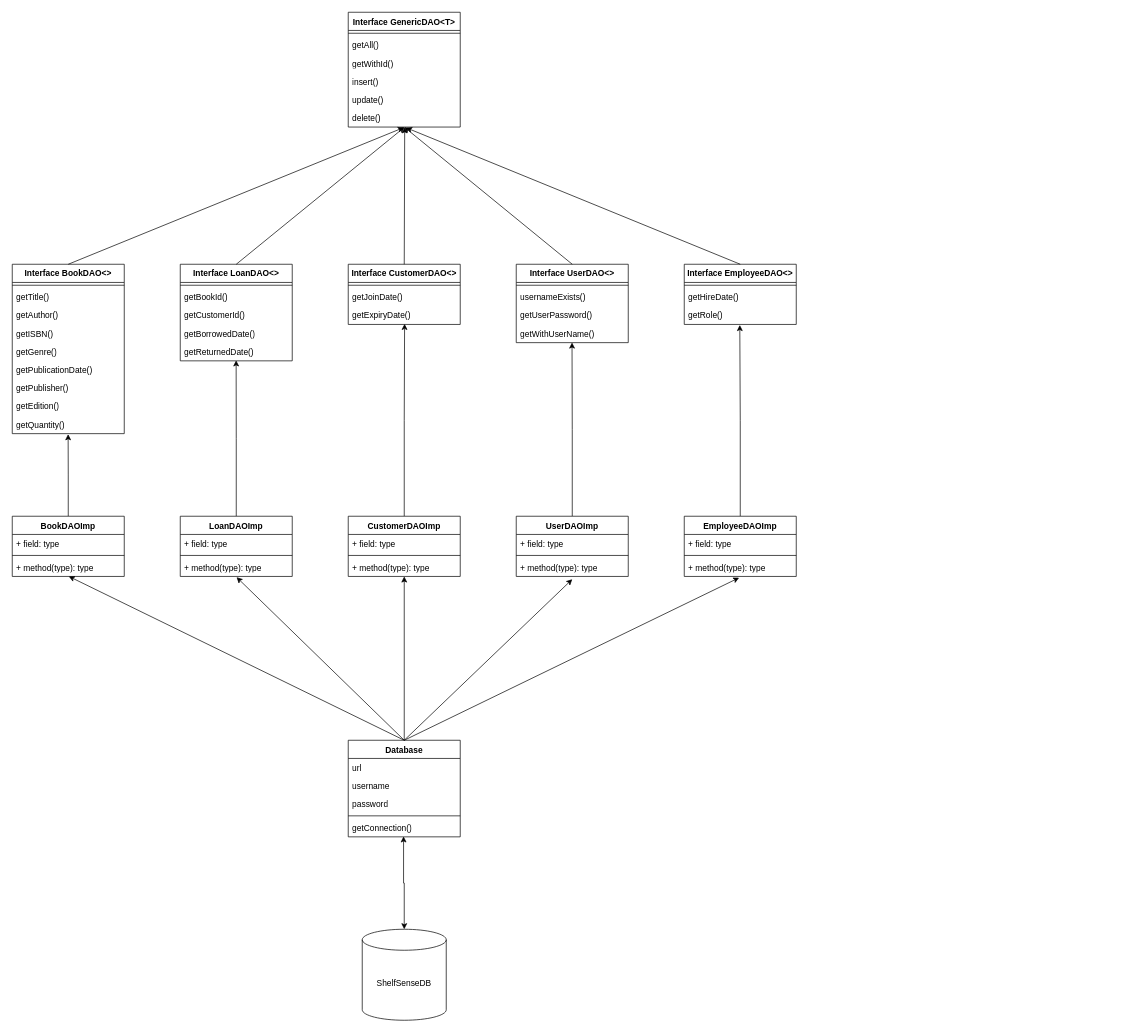
YazeedMo/ShelfSense keeps this draw.io diagram as Documentation/Application/MVCModel/Controller/DAOClasses.drawio. Above is the earlier version. Source tidied: cells renumbered, new cells numbered last; positions are measured from the earlier drawing's top-left corner, leaving out a move shared by most shapes. Both pictures are drawn from the tidied source at 70%, with x=0, y=0 at pixel (12, 12).
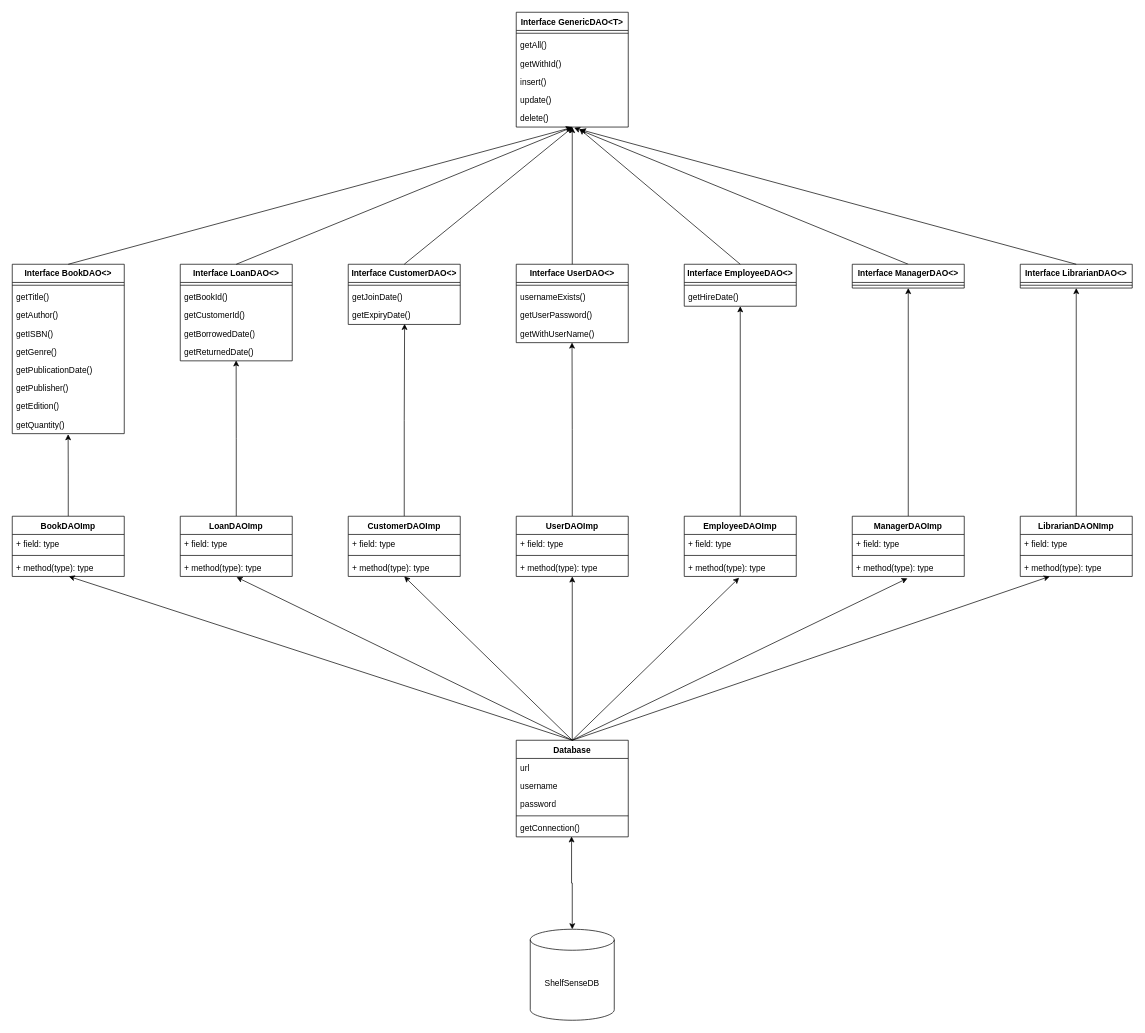
After the change.

Unchanged cells that the change refers to:
```xml
<mxCell id="8" value="delete()" style="text;strokeColor=none;fillColor=none;align=left;verticalAlign=top;spacingLeft=4;spacingRight=4;overflow=hidden;points=[[0,0.5],[1,0.5]];portConstraint=eastwest;whiteSpace=wrap;html=1;" parent="2" vertex="1">
  <mxGeometry y="138" width="160" height="26" as="geometry" />
</mxCell>
<mxCell id="9" value="Interface UserDAO&amp;lt;&amp;gt;" style="swimlane;fontStyle=1;align=center;verticalAlign=top;horizontal=1;startSize=26;whiteSpace=wrap;html=1;" parent="1" vertex="1">
  <mxGeometry x="720" y="360" width="160" height="112" as="geometry" />
</mxCell>
<mxCell id="14" value="Interface CustomerDAO&amp;lt;&amp;gt;" style="swimlane;fontStyle=1;align=center;verticalAlign=top;horizontal=1;startSize=26;whiteSpace=wrap;html=1;" parent="1" vertex="1">
  <mxGeometry x="480" y="360" width="160" height="86" as="geometry" />
</mxCell>
<mxCell id="22" value="Interface LoanDAO&amp;lt;&amp;gt;" style="swimlane;fontStyle=1;align=center;verticalAlign=top;horizontal=1;startSize=26;whiteSpace=wrap;html=1;" parent="1" vertex="1">
  <mxGeometry x="240" y="360" width="160" height="138" as="geometry" />
</mxCell>
<mxCell id="28" value="Interface BookDAO&amp;lt;&amp;gt;" style="swimlane;fontStyle=1;align=center;verticalAlign=top;horizontal=1;startSize=26;whiteSpace=wrap;html=1;" parent="1" vertex="1">
  <mxGeometry y="360" width="160" height="242" as="geometry" />
</mxCell>
<mxCell id="52" value="+ method(type): type" style="text;strokeColor=none;fillColor=none;align=left;verticalAlign=top;spacingLeft=4;spacingRight=4;overflow=hidden;points=[[0,0.5],[1,0.5]];portConstraint=eastwest;whiteSpace=wrap;html=1;" parent="49" vertex="1">
  <mxGeometry y="60" width="160" height="26" as="geometry" />
</mxCell>
<mxCell id="54" value="EmployeeDAOImp" style="swimlane;fontStyle=1;align=center;verticalAlign=top;horizontal=1;startSize=26;whiteSpace=wrap;html=1;" parent="1" vertex="1">
  <mxGeometry x="960" y="720" width="160" height="86" as="geometry" />
</mxCell>
<mxCell id="57" value="+ method(type): type" style="text;strokeColor=none;fillColor=none;align=left;verticalAlign=top;spacingLeft=4;spacingRight=4;overflow=hidden;points=[[0,0.5],[1,0.5]];portConstraint=eastwest;whiteSpace=wrap;html=1;" parent="54" vertex="1">
  <mxGeometry y="60" width="160" height="26" as="geometry" />
</mxCell>
<mxCell id="59" value="UserDAOImp" style="swimlane;fontStyle=1;align=center;verticalAlign=top;horizontal=1;startSize=26;whiteSpace=wrap;html=1;" parent="1" vertex="1">
  <mxGeometry x="720" y="720" width="160" height="86" as="geometry" />
</mxCell>
<mxCell id="62" value="+ method(type): type" style="text;strokeColor=none;fillColor=none;align=left;verticalAlign=top;spacingLeft=4;spacingRight=4;overflow=hidden;points=[[0,0.5],[1,0.5]];portConstraint=eastwest;whiteSpace=wrap;html=1;" parent="59" vertex="1">
  <mxGeometry y="60" width="160" height="26" as="geometry" />
</mxCell>
<mxCell id="64" value="CustomerDAOImp" style="swimlane;fontStyle=1;align=center;verticalAlign=top;horizontal=1;startSize=26;whiteSpace=wrap;html=1;" parent="1" vertex="1">
  <mxGeometry x="480" y="720" width="160" height="86" as="geometry" />
</mxCell>
```

Change to the diagram source:
```diff
@@
     <mxCell id="2" value="Interface GenericDAO&amp;lt;T&amp;gt;" style="swimlane;fontStyle=1;align=center;verticalAlign=top;horizontal=1;startSize=26;whiteSpace=wrap;html=1;" parent="1" vertex="1">
-      <mxGeometry x="480" width="160" height="164" as="geometry" />
+      <mxGeometry x="720" width="160" height="164" as="geometry" />
     </mxCell>
@@
     <mxCell id="18" value="Interface EmployeeDAO&amp;lt;&amp;gt;" style="swimlane;fontStyle=1;align=center;verticalAlign=top;horizontal=1;startSize=26;whiteSpace=wrap;html=1;" parent="1" vertex="1">
-      <mxGeometry x="960" y="360" width="160" height="86" as="geometry" />
+      <mxGeometry x="960" y="360" width="160" height="60" as="geometry" />
     </mxCell>
@@
-    <mxCell id="21" value="getRole()" style="text;strokeColor=none;fillColor=none;align=left;verticalAlign=top;spacingLeft=4;spacingRight=4;overflow=hidden;points=[[0,0.5],[1,0.5]];portConstraint=eastwest;whiteSpace=wrap;html=1;" parent="18" vertex="1">
-      <mxGeometry y="60" width="160" height="26" as="geometry" />
-    </mxCell>
@@
-    <mxCell id="38" style="endArrow=classic;html=1;rounded=0;entryX=0.496;entryY=1.026;entryDx=0;entryDy=0;entryPerimeter=0;" parent="1" edge="1" target="8">
-      <mxGeometry relative="1" as="geometry">
-        <mxPoint x="80" y="360" as="sourcePoint" />
-      </mxGeometry>
+    <mxCell id="38" style="endArrow=classic;html=1;rounded=0;entryX=0.496;entryY=1.026;entryDx=0;entryDy=0;entryPerimeter=0;exitX=0.5;exitY=0;exitDx=0;exitDy=0;" parent="1" edge="1" source="28" target="8">
+      <mxGeometry relative="1" as="geometry" />
     </mxCell>
-    <mxCell id="39" style="endArrow=classic;html=1;rounded=0;entryX=0.504;entryY=1;entryDx=0;entryDy=0;entryPerimeter=0;" parent="1" edge="1" target="8">
-      <mxGeometry relative="1" as="geometry">
-        <mxPoint x="320" y="360" as="sourcePoint" />
-      </mxGeometry>
+    <mxCell id="39" style="endArrow=classic;html=1;rounded=0;entryX=0.504;entryY=1;entryDx=0;entryDy=0;entryPerimeter=0;exitX=0.5;exitY=0;exitDx=0;exitDy=0;" parent="1" edge="1" source="22" target="8">
+      <mxGeometry relative="1" as="geometry" />
     </mxCell>
-    <mxCell id="40" style="endArrow=classic;html=1;rounded=0;entryX=0.504;entryY=1.013;entryDx=0;entryDy=0;entryPerimeter=0;" parent="1" edge="1" target="8">
-      <mxGeometry relative="1" as="geometry">
-        <mxPoint x="560" y="360" as="sourcePoint" />
-      </mxGeometry>
+    <mxCell id="40" style="endArrow=classic;html=1;rounded=0;entryX=0.504;entryY=1.013;entryDx=0;entryDy=0;entryPerimeter=0;exitX=0.5;exitY=0;exitDx=0;exitDy=0;" parent="1" edge="1" source="14" target="8">
+      <mxGeometry relative="1" as="geometry" />
     </mxCell>
-    <mxCell id="41" style="endArrow=classic;html=1;rounded=0;entryX=0.5;entryY=1;entryDx=0;entryDy=0;" parent="1" edge="1" target="2">
-      <mxGeometry relative="1" as="geometry">
-        <mxPoint x="800" y="360" as="sourcePoint" />
-      </mxGeometry>
+    <mxCell id="41" style="endArrow=classic;html=1;rounded=0;entryX=0.5;entryY=1;entryDx=0;entryDy=0;exitX=0.5;exitY=0;exitDx=0;exitDy=0;" parent="1" edge="1" source="9" target="2">
+      <mxGeometry relative="1" as="geometry" />
     </mxCell>
     <mxCell id="42" style="endArrow=classic;html=1;rounded=0;entryX=0.517;entryY=1.038;entryDx=0;entryDy=0;entryPerimeter=0;" parent="1" edge="1" target="8">
       <mxGeometry relative="1" as="geometry">
-        <mxPoint x="1040" y="360" as="sourcePoint" />
+        <mxPoint x="1280" y="360" as="sourcePoint" />
       </mxGeometry>
     </mxCell>
@@
-    <mxCell id="53" style="edgeStyle=orthogonalEdgeStyle;rounded=0;jettySize=auto;html=1;entryX=0.496;entryY=1.03;entryDx=0;entryDy=0;entryPerimeter=0;" parent="1" edge="1" source="54" target="21">
-      <mxGeometry relative="1" as="geometry" />
-    </mxCell>
+    <mxCell id="81" style="edgeStyle=orthogonalEdgeStyle;rounded=0;jettySize=auto;html=1;" parent="1" edge="1" source="54" target="18">
+      <mxGeometry relative="1" as="geometry" />
+    </mxCell>
@@
     <mxCell id="69" value="ShelfSenseDB" style="shape=cylinder3;whiteSpace=wrap;html=1;boundedLbl=1;backgroundOutline=1;size=15;" parent="1" vertex="1">
-      <mxGeometry x="500" y="1310" width="120" height="130" as="geometry" />
+      <mxGeometry x="740" y="1310" width="120" height="130" as="geometry" />
     </mxCell>
+    <mxCell id="82" style="edgeStyle=orthogonalEdgeStyle;rounded=0;jettySize=auto;html=1;" parent="1" edge="1" source="70" target="59">
+      <mxGeometry relative="1" as="geometry" />
+    </mxCell>
     <mxCell id="70" value="Database" style="swimlane;fontStyle=1;align=center;verticalAlign=top;horizontal=1;startSize=26;whiteSpace=wrap;html=1;" parent="1" vertex="1">
-      <mxGeometry x="480" y="1040" width="160" height="138" as="geometry" />
+      <mxGeometry x="720" y="1040" width="160" height="138" as="geometry" />
     </mxCell>
@@
     <mxCell id="77" style="endArrow=classic;html=1;rounded=0;entryX=0.503;entryY=1.04;entryDx=0;entryDy=0;entryPerimeter=0;" parent="1" edge="1" target="52">
       <mxGeometry relative="1" as="geometry">
-        <mxPoint x="560" y="1040" as="sourcePoint" />
+        <mxPoint x="800" y="1040" as="sourcePoint" />
       </mxGeometry>
     </mxCell>
     <mxCell id="78" style="endArrow=classic;html=1;rounded=0;entryX=0.5;entryY=1;entryDx=0;entryDy=0;" parent="1" edge="1" target="64">
       <mxGeometry relative="1" as="geometry">
-        <mxPoint x="560" y="1040" as="sourcePoint" />
+        <mxPoint x="800" y="1040" as="sourcePoint" />
       </mxGeometry>
     </mxCell>
-    <mxCell id="79" style="endArrow=classic;html=1;rounded=0;entryX=0.5;entryY=1.154;entryDx=0;entryDy=0;entryPerimeter=0;" parent="1" edge="1" target="62">
-      <mxGeometry relative="1" as="geometry">
-        <mxPoint x="560" y="1040" as="sourcePoint" />
-      </mxGeometry>
-    </mxCell>
     <mxCell id="80" style="endArrow=classic;html=1;rounded=0;entryX=0.49;entryY=1.071;entryDx=0;entryDy=0;entryPerimeter=0;" parent="1" edge="1" target="57">
       <mxGeometry relative="1" as="geometry">
-        <mxPoint x="560" y="1040" as="sourcePoint" />
+        <mxPoint x="800" y="1040" as="sourcePoint" />
       </mxGeometry>
     </mxCell>
+    <mxCell id="83" value="Interface ManagerDAO&amp;lt;&amp;gt;" style="swimlane;fontStyle=1;align=center;verticalAlign=top;horizontal=1;startSize=26;whiteSpace=wrap;html=1;" parent="1" vertex="1">
+      <mxGeometry x="1200" y="360" width="160" height="34" as="geometry" />
+    </mxCell>
+    <mxCell id="84" style="line;strokeWidth=1;fillColor=none;align=left;verticalAlign=middle;spacingTop=-1;spacingLeft=3;spacingRight=3;labelPosition=right;strokeColor=inherit;" parent="83" vertex="1">
+      <mxGeometry y="26" width="160" height="8" as="geometry" />
+    </mxCell>
+    <mxCell id="85" value="Interface LibrarianDAO&amp;lt;&amp;gt;" style="swimlane;fontStyle=1;align=center;verticalAlign=top;horizontal=1;startSize=26;whiteSpace=wrap;html=1;" parent="1" vertex="1">
+      <mxGeometry x="1440" y="360" width="160" height="34" as="geometry" />
+    </mxCell>
+    <mxCell id="86" style="line;strokeWidth=1;fillColor=none;align=left;verticalAlign=middle;spacingTop=-1;spacingLeft=3;spacingRight=3;labelPosition=right;strokeColor=inherit;" parent="85" vertex="1">
+      <mxGeometry y="26" width="160" height="8" as="geometry" />
+    </mxCell>
+    <mxCell id="87" style="edgeStyle=orthogonalEdgeStyle;rounded=0;jettySize=auto;html=1;" parent="1" edge="1" source="88" target="83">
+      <mxGeometry relative="1" as="geometry" />
+    </mxCell>
+    <mxCell id="88" value="ManagerDAOImp" style="swimlane;fontStyle=1;align=center;verticalAlign=top;horizontal=1;startSize=26;whiteSpace=wrap;html=1;" parent="1" vertex="1">
+      <mxGeometry x="1200" y="720" width="160" height="86" as="geometry" />
+    </mxCell>
+    <mxCell id="89" value="+ field: type" style="text;strokeColor=none;fillColor=none;align=left;verticalAlign=top;spacingLeft=4;spacingRight=4;overflow=hidden;whiteSpace=wrap;html=1;" parent="88" vertex="1">
+      <mxGeometry y="26" width="160" height="26" as="geometry" />
+    </mxCell>
+    <mxCell id="90" style="line;strokeWidth=1;fillColor=none;align=left;verticalAlign=middle;spacingTop=-1;spacingLeft=3;spacingRight=3;labelPosition=right;strokeColor=inherit;" parent="88" vertex="1">
+      <mxGeometry y="52" width="160" height="8" as="geometry" />
+    </mxCell>
+    <mxCell id="91" value="+ method(type): type" style="text;strokeColor=none;fillColor=none;align=left;verticalAlign=top;spacingLeft=4;spacingRight=4;overflow=hidden;points=[[0,0.5],[1,0.5]];portConstraint=eastwest;whiteSpace=wrap;html=1;" parent="88" vertex="1">
+      <mxGeometry y="60" width="160" height="26" as="geometry" />
+    </mxCell>
+    <mxCell id="92" style="edgeStyle=orthogonalEdgeStyle;rounded=0;jettySize=auto;html=1;" parent="1" edge="1" source="93" target="85">
+      <mxGeometry relative="1" as="geometry" />
+    </mxCell>
+    <mxCell id="93" value="LibrarianDAONImp" style="swimlane;fontStyle=1;align=center;verticalAlign=top;horizontal=1;startSize=26;whiteSpace=wrap;html=1;" parent="1" vertex="1">
+      <mxGeometry x="1440" y="720" width="160" height="86" as="geometry" />
+    </mxCell>
+    <mxCell id="94" value="+ field: type" style="text;strokeColor=none;fillColor=none;align=left;verticalAlign=top;spacingLeft=4;spacingRight=4;overflow=hidden;whiteSpace=wrap;html=1;" parent="93" vertex="1">
+      <mxGeometry y="26" width="160" height="26" as="geometry" />
+    </mxCell>
+    <mxCell id="95" style="line;strokeWidth=1;fillColor=none;align=left;verticalAlign=middle;spacingTop=-1;spacingLeft=3;spacingRight=3;labelPosition=right;strokeColor=inherit;" parent="93" vertex="1">
+      <mxGeometry y="52" width="160" height="8" as="geometry" />
+    </mxCell>
+    <mxCell id="96" value="+ method(type): type" style="text;strokeColor=none;fillColor=none;align=left;verticalAlign=top;spacingLeft=4;spacingRight=4;overflow=hidden;points=[[0,0.5],[1,0.5]];portConstraint=eastwest;whiteSpace=wrap;html=1;" parent="93" vertex="1">
+      <mxGeometry y="60" width="160" height="26" as="geometry" />
+    </mxCell>
+    <mxCell id="97" style="endArrow=classic;html=1;rounded=0;exitX=0.5;exitY=0;exitDx=0;exitDy=0;entryX=0.563;entryY=1.094;entryDx=0;entryDy=0;entryPerimeter=0;" parent="1" edge="1" source="18" target="8">
+      <mxGeometry relative="1" as="geometry" />
+    </mxCell>
+    <mxCell id="98" style="endArrow=classic;html=1;rounded=0;exitX=0.5;exitY=0;exitDx=0;exitDy=0;entryX=0.569;entryY=1.137;entryDx=0;entryDy=0;entryPerimeter=0;" parent="1" edge="1" source="85" target="8">
+      <mxGeometry relative="1" as="geometry" />
+    </mxCell>
+    <mxCell id="99" style="endArrow=classic;html=1;rounded=0;exitX=0.5;exitY=0;exitDx=0;exitDy=0;entryX=0.493;entryY=1.103;entryDx=0;entryDy=0;entryPerimeter=0;" parent="1" edge="1" source="70" target="91">
+      <mxGeometry relative="1" as="geometry" />
+    </mxCell>
+    <mxCell id="100" style="endArrow=classic;html=1;rounded=0;exitX=0.5;exitY=0;exitDx=0;exitDy=0;" parent="1" edge="1" source="70" target="96">
+      <mxGeometry relative="1" as="geometry" />
+    </mxCell>
```
